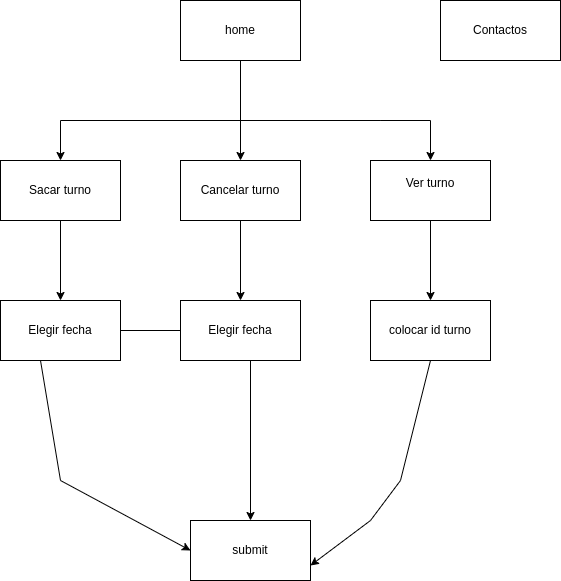
Before: FinalLab3/siteMap.drawio.png, a diagram exported from draw.io (francozufia/FinalLab3). Source tidied: cells renumbered, new cells last; positions are measured from the earlier drawing's top-left corner, leaving out a move shared by most shapes. Its diagram source:
```xml
<mxGraphModel>
  <root>
    <mxCell id="0" />
    <mxCell id="1" parent="0" />
    <mxCell id="2" style="edgeStyle=orthogonalEdgeStyle;rounded=0;jettySize=auto;html=1;" parent="1" edge="1" source="5" target="7">
      <mxGeometry relative="1" as="geometry" />
    </mxCell>
    <mxCell id="3" style="edgeStyle=orthogonalEdgeStyle;rounded=0;jettySize=auto;html=1;" parent="1" edge="1" source="5" target="9">
      <mxGeometry relative="1" as="geometry">
        <Array as="points">
          <mxPoint x="380" y="120" />
          <mxPoint x="600" y="120" />
        </Array>
      </mxGeometry>
    </mxCell>
    <mxCell id="4" style="edgeStyle=orthogonalEdgeStyle;rounded=0;jettySize=auto;html=1;" parent="1" edge="1" source="5" target="11">
      <mxGeometry relative="1" as="geometry">
        <Array as="points">
          <mxPoint x="380" y="120" />
          <mxPoint x="170" y="120" />
        </Array>
      </mxGeometry>
    </mxCell>
    <mxCell id="5" value="home&lt;br&gt;" style="rounded=0;whiteSpace=wrap;html=1;" parent="1" vertex="1">
      <mxGeometry x="180" width="120" height="60" as="geometry" />
    </mxCell>
    <mxCell id="6" style="edgeStyle=orthogonalEdgeStyle;rounded=0;jettySize=auto;html=1;" parent="1" edge="1" source="7" target="14">
      <mxGeometry relative="1" as="geometry" />
    </mxCell>
    <mxCell id="7" value="Cancelar turno&lt;br&gt;" style="rounded=0;whiteSpace=wrap;html=1;" parent="1" vertex="1">
      <mxGeometry x="180" y="160" width="120" height="60" as="geometry" />
    </mxCell>
    <mxCell id="8" style="edgeStyle=orthogonalEdgeStyle;rounded=0;jettySize=auto;html=1;" parent="1" edge="1" source="9" target="16">
      <mxGeometry relative="1" as="geometry" />
    </mxCell>
    <mxCell id="9" value="Ver turno&lt;br&gt;&lt;br&gt;" style="rounded=0;whiteSpace=wrap;html=1;" parent="1" vertex="1">
      <mxGeometry x="370" y="160" width="120" height="60" as="geometry" />
    </mxCell>
    <mxCell id="10" style="edgeStyle=orthogonalEdgeStyle;rounded=0;jettySize=auto;html=1;" parent="1" edge="1" source="11" target="13">
      <mxGeometry relative="1" as="geometry" />
    </mxCell>
    <mxCell id="11" value="Sacar turno&lt;br&gt;" style="rounded=0;whiteSpace=wrap;html=1;" parent="1" vertex="1">
      <mxGeometry y="160" width="120" height="60" as="geometry" />
    </mxCell>
    <mxCell id="12" style="edgeStyle=orthogonalEdgeStyle;rounded=0;jettySize=auto;html=1;" parent="1" edge="1" source="13" target="17">
      <mxGeometry relative="1" as="geometry" />
    </mxCell>
    <mxCell id="13" value="Elegir fecha&lt;br&gt;" style="rounded=0;whiteSpace=wrap;html=1;" parent="1" vertex="1">
      <mxGeometry y="300" width="120" height="60" as="geometry" />
    </mxCell>
    <mxCell id="14" value="Elegir fecha&lt;br&gt;" style="rounded=0;whiteSpace=wrap;html=1;" parent="1" vertex="1">
      <mxGeometry x="180" y="300" width="120" height="60" as="geometry" />
    </mxCell>
    <mxCell id="15" value="Contactos&lt;br&gt;" style="rounded=0;whiteSpace=wrap;html=1;" parent="1" vertex="1">
      <mxGeometry x="440" width="120" height="60" as="geometry" />
    </mxCell>
    <mxCell id="16" value="colocar id turno&lt;br&gt;" style="rounded=0;whiteSpace=wrap;html=1;" parent="1" vertex="1">
      <mxGeometry x="370" y="300" width="120" height="60" as="geometry" />
    </mxCell>
    <mxCell id="17" value="submit&lt;br&gt;" style="rounded=0;whiteSpace=wrap;html=1;" parent="1" vertex="1">
      <mxGeometry x="190" y="520" width="120" height="60" as="geometry" />
    </mxCell>
    <mxCell id="18" style="endArrow=classic;html=1;rounded=0;entryX=0;entryY=0.5;entryDx=0;entryDy=0;" parent="1" edge="1" target="17">
      <mxGeometry relative="1" as="geometry">
        <mxPoint x="40" y="360" as="sourcePoint" />
        <Array as="points">
          <mxPoint x="60" y="480" />
        </Array>
      </mxGeometry>
    </mxCell>
    <mxCell id="19" style="endArrow=classic;html=1;rounded=0;entryX=1;entryY=0.75;entryDx=0;entryDy=0;exitX=0.5;exitY=1;exitDx=0;exitDy=0;" parent="1" edge="1" source="16" target="17">
      <mxGeometry relative="1" as="geometry">
        <Array as="points">
          <mxPoint x="400" y="480" />
          <mxPoint x="370" y="520" />
        </Array>
      </mxGeometry>
    </mxCell>
  </root>
</mxGraphModel>
```
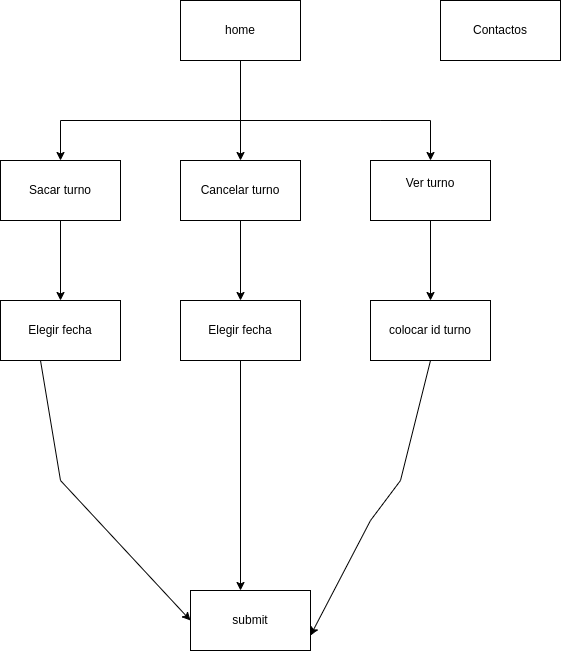
Above is the later version.

Change to the diagram source:
```diff
@@ -42,12 +42,14 @@
     <mxCell id="11" value="Sacar turno&lt;br&gt;" style="rounded=0;whiteSpace=wrap;html=1;" parent="1" vertex="1">
       <mxGeometry y="160" width="120" height="60" as="geometry" />
     </mxCell>
-    <mxCell id="12" style="edgeStyle=orthogonalEdgeStyle;rounded=0;jettySize=auto;html=1;" parent="1" edge="1" source="13" target="17">
-      <mxGeometry relative="1" as="geometry" />
-    </mxCell>
     <mxCell id="13" value="Elegir fecha&lt;br&gt;" style="rounded=0;whiteSpace=wrap;html=1;" parent="1" vertex="1">
       <mxGeometry y="300" width="120" height="60" as="geometry" />
     </mxCell>
+    <mxCell id="20" style="edgeStyle=orthogonalEdgeStyle;rounded=0;jettySize=auto;html=1;exitX=0.5;exitY=1;exitDx=0;exitDy=0;" parent="1" edge="1" source="14">
+      <mxGeometry relative="1" as="geometry">
+        <mxPoint x="240" y="590" as="targetPoint" />
+      </mxGeometry>
+    </mxCell>
     <mxCell id="14" value="Elegir fecha&lt;br&gt;" style="rounded=0;whiteSpace=wrap;html=1;" parent="1" vertex="1">
       <mxGeometry x="180" y="300" width="120" height="60" as="geometry" />
     </mxCell>
@@ -58,7 +60,7 @@
       <mxGeometry x="370" y="300" width="120" height="60" as="geometry" />
     </mxCell>
     <mxCell id="17" value="submit&lt;br&gt;" style="rounded=0;whiteSpace=wrap;html=1;" parent="1" vertex="1">
-      <mxGeometry x="190" y="520" width="120" height="60" as="geometry" />
+      <mxGeometry x="190" y="590" width="120" height="60" as="geometry" />
     </mxCell>
     <mxCell id="18" style="endArrow=classic;html=1;rounded=0;entryX=0;entryY=0.5;entryDx=0;entryDy=0;" parent="1" edge="1" target="17">
       <mxGeometry relative="1" as="geometry">
```
